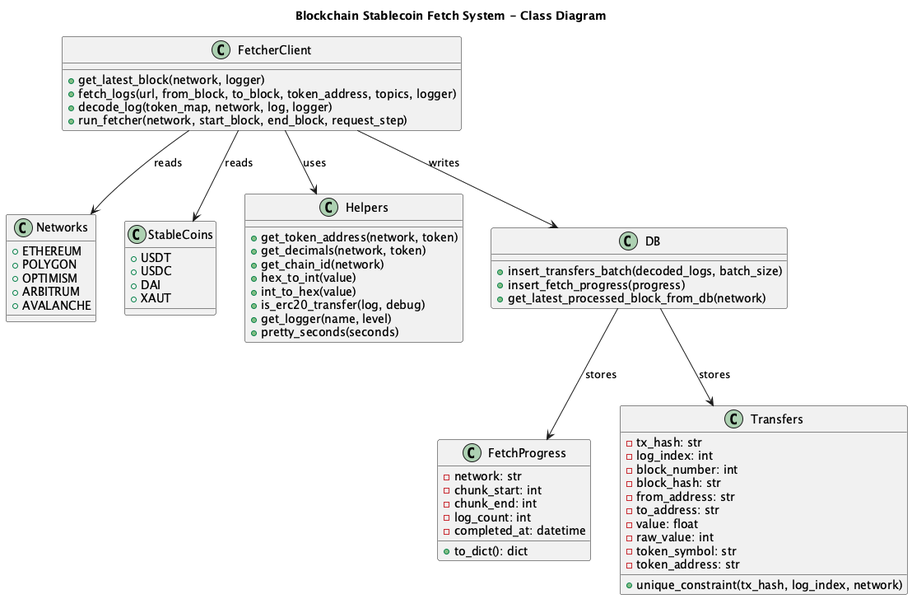
Before: report/figures/class_diagram.png, a diagram exported from PlantUML (celilozknn/CMPE492-Project). The source it was exported from:
```plantuml
@startuml
title Blockchain Stablecoin Fetch System - Class Diagram

class Networks {
    +ETHEREUM
    +POLYGON
    +OPTIMISM
    +ARBITRUM
    +AVALANCHE
}

class StableCoins {
    +USDT
    +USDC
    +DAI
    +XAUT
}

class FetchProgress {
    -network: str
    -chunk_start: int
    -chunk_end: int
    -log_count: int
    -completed_at: datetime
    +to_dict(): dict
}

class Transfers {
    -tx_hash: str
    -log_index: int
    -block_number: int
    -block_hash: str
    -from_address: str
    -to_address: str
    -value: float
    -raw_value: int
    -token_symbol: str
    -token_address: str
    +unique_constraint(tx_hash, log_index, network)
}

class Helpers {
    +get_token_address(network, token)
    +get_decimals(network, token)
    +get_chain_id(network)
    +hex_to_int(value)
    +int_to_hex(value)
    +is_erc20_transfer(log, debug)
    +get_logger(name, level)
    +pretty_seconds(seconds)
}

class FetcherClient {
    +get_latest_block(network, logger)
    +fetch_logs(url, from_block, to_block, token_address, topics, logger)
    +decode_log(token_map, network, log, logger)
    +run_fetcher(network, start_block, end_block, request_step)
}

class DB {
    +insert_transfers_batch(decoded_logs, batch_size)
    +insert_fetch_progress(progress)
    +get_latest_processed_block_from_db(network)
}

FetcherClient --> Helpers : uses
FetcherClient --> Networks : reads
FetcherClient --> StableCoins : reads
FetcherClient --> DB : writes
DB --> FetchProgress : stores
DB --> Transfers : stores

@enduml
```
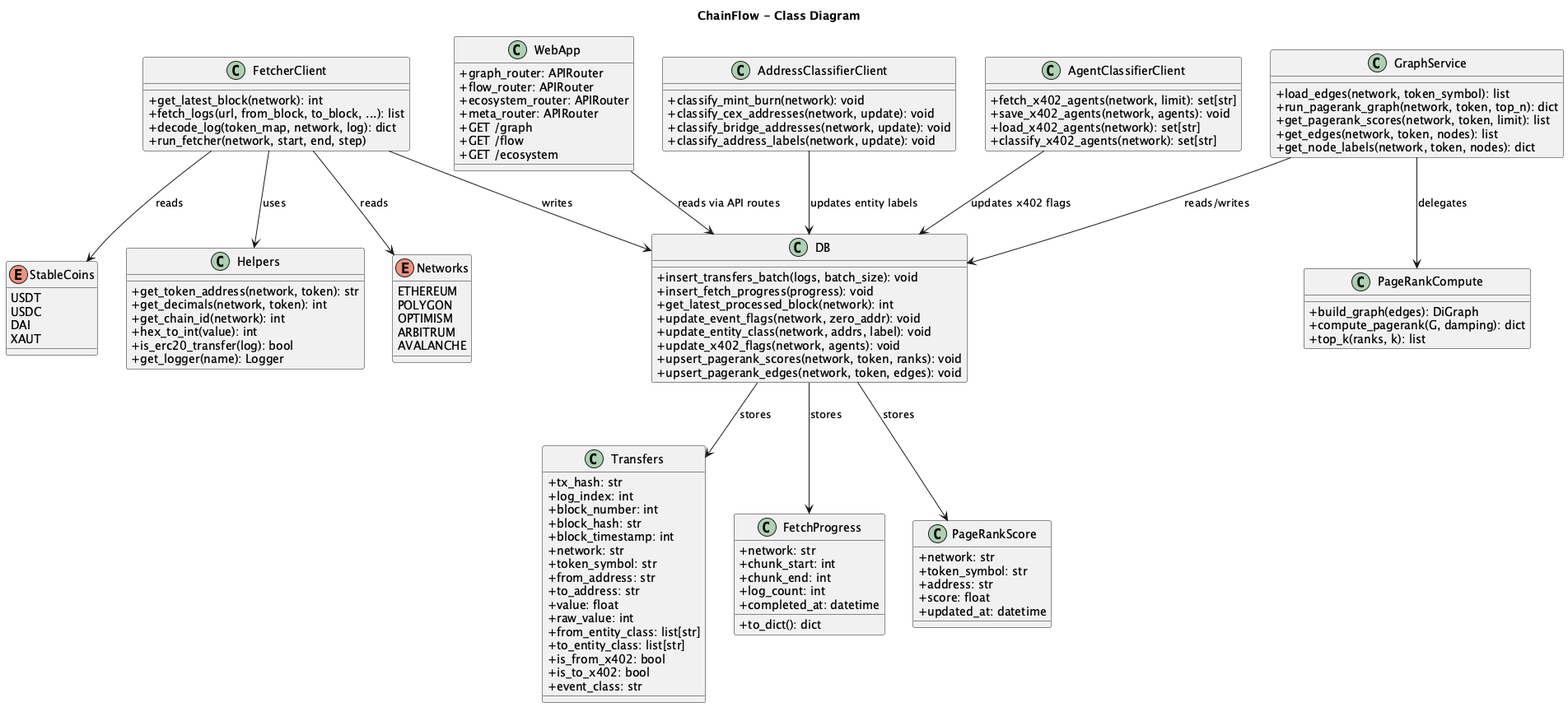
After the change.

Diff of the diagram source:
```diff
@@ -1,73 +1,139 @@
 @startuml
-title Blockchain Stablecoin Fetch System - Class Diagram
+title ChainFlow - Class Diagram
 
-class Networks {
-    +ETHEREUM
-    +POLYGON
-    +OPTIMISM
-    +ARBITRUM
-    +AVALANCHE
+skinparam classAttributeIconSize 0
+
+enum Networks {
+    ETHEREUM
+    POLYGON
+    OPTIMISM
+    ARBITRUM
+    AVALANCHE
 }
 
-class StableCoins {
-    +USDT
-    +USDC
-    +DAI
-    +XAUT
+enum StableCoins {
+    USDT
+    USDC
+    DAI
+    XAUT
+}
+
+class Transfers {
+    +tx_hash: str
+    +log_index: int
+    +block_number: int
+    +block_hash: str
+    +block_timestamp: int
+    +network: str
+    +token_symbol: str
+    +from_address: str
+    +to_address: str
+    +value: float
+    +raw_value: int
+    +from_entity_class: list[str]
+    +to_entity_class: list[str]
+    +is_from_x402: bool
+    +is_to_x402: bool
+    +event_class: str
 }
 
 class FetchProgress {
-    -network: str
-    -chunk_start: int
-    -chunk_end: int
-    -log_count: int
-    -completed_at: datetime
+    +network: str
+    +chunk_start: int
+    +chunk_end: int
+    +log_count: int
+    +completed_at: datetime
     +to_dict(): dict
 }
 
-class Transfers {
-    -tx_hash: str
-    -log_index: int
-    -block_number: int
-    -block_hash: str
-    -from_address: str
-    -to_address: str
-    -value: float
-    -raw_value: int
-    -token_symbol: str
-    -token_address: str
-    +unique_constraint(tx_hash, log_index, network)
+class PageRankScore {
+    +network: str
+    +token_symbol: str
+    +address: str
+    +score: float
+    +updated_at: datetime
 }
 
 class Helpers {
-    +get_token_address(network, token)
-    +get_decimals(network, token)
-    +get_chain_id(network)
-    +hex_to_int(value)
-    +int_to_hex(value)
-    +is_erc20_transfer(log, debug)
-    +get_logger(name, level)
-    +pretty_seconds(seconds)
+    +get_token_address(network, token): str
+    +get_decimals(network, token): int
+    +get_chain_id(network): int
+    +hex_to_int(value): int
+    +is_erc20_transfer(log): bool
+    +get_logger(name): Logger
 }
 
 class FetcherClient {
-    +get_latest_block(network, logger)
-    +fetch_logs(url, from_block, to_block, token_address, topics, logger)
-    +decode_log(token_map, network, log, logger)
-    +run_fetcher(network, start_block, end_block, request_step)
+    +get_latest_block(network): int
+    +fetch_logs(url, from_block, to_block, ...): list
+    +decode_log(token_map, network, log): dict
+    +run_fetcher(network, start, end, step)
+}
+
+class AddressClassifierClient {
+    +classify_mint_burn(network): void
+    +classify_cex_addresses(network, update): void
+    +classify_bridge_addresses(network, update): void
+    +classify_address_labels(network, update): void
+}
+
+class AgentClassifierClient {
+    +fetch_x402_agents(network, limit): set[str]
+    +save_x402_agents(network, agents): void
+    +load_x402_agents(network): set[str]
+    +classify_x402_agents(network): set[str]
+}
+
+class GraphService {
+    +load_edges(network, token_symbol): list
+    +run_pagerank_graph(network, token, top_n): dict
+    +get_pagerank_scores(network, token, limit): list
+    +get_edges(network, token, nodes): list
+    +get_node_labels(network, token, nodes): dict
+}
+
+class PageRankCompute {
+    +build_graph(edges): DiGraph
+    +compute_pagerank(G, damping): dict
+    +top_k(ranks, k): list
 }
 
 class DB {
-    +insert_transfers_batch(decoded_logs, batch_size)
-    +insert_fetch_progress(progress)
-    +get_latest_processed_block_from_db(network)
+    +insert_transfers_batch(logs, batch_size): void
+    +insert_fetch_progress(progress): void
+    +get_latest_processed_block(network): int
+    +update_event_flags(network, zero_addr): void
+    +update_entity_class(network, addrs, label): void
+    +update_x402_flags(network, agents): void
+    +upsert_pagerank_scores(network, token, ranks): void
+    +upsert_pagerank_edges(network, token, edges): void
+}
+
+class WebApp {
+    +graph_router: APIRouter
+    +flow_router: APIRouter
+    +ecosystem_router: APIRouter
+    +meta_router: APIRouter
+    +GET /graph
+    +GET /flow
+    +GET /ecosystem
 }
 
 FetcherClient --> Helpers : uses
 FetcherClient --> Networks : reads
 FetcherClient --> StableCoins : reads
 FetcherClient --> DB : writes
+
+AddressClassifierClient --> DB : updates entity labels
+AgentClassifierClient --> DB : updates x402 flags
+
+GraphService --> PageRankCompute : delegates
+GraphService --> DB : reads/writes
+
+WebApp --> DB : reads via API routes
+
 DB --> FetchProgress : stores
 DB --> Transfers : stores
+DB --> PageRankScore : stores
 
 @enduml
```
